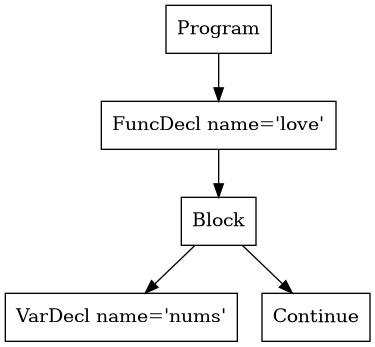
Earlier version of the Graphviz export p2-parser/tree.png (purejerome/cs432_project). Its source is kept beside it as p2-parser/tree.dot.
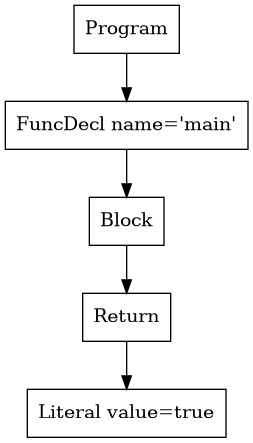
After the change.

Diff of the diagram source:
```diff
@@ -1,10 +1,10 @@
 digraph AST {
-3 [shape=box, label="VarDecl name='nums'"];
-4 [shape=box, label="Continue"];
+4 [shape=box, label="Literal value=true"];
+3 [shape=box, label="Return"];
+3 -> 4;
 2 [shape=box, label="Block"];
 2 -> 3;
-2 -> 4;
-1 [shape=box, label="FuncDecl name='love'"];
+1 [shape=box, label="FuncDecl name='main'"];
 1 -> 2;
 0 [shape=box, label="Program"];
 0 -> 1;
```
